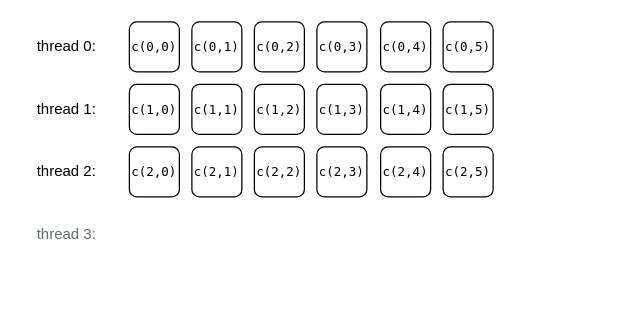
Earlier version of the draw.io diagram Terzo Anno/Programmazione di Sistemi Multicore/letexSrcFile/images/CicliAnnidati2.drawio (CasuFrost/University_notes). Source tidied: cells renumbered, new cells numbered last; positions are measured from the earlier drawing's top-left corner, leaving out a move shared by most shapes. Both pictures are drawn from the tidied source at 125%, with x=0, y=0 at pixel (29, 21).
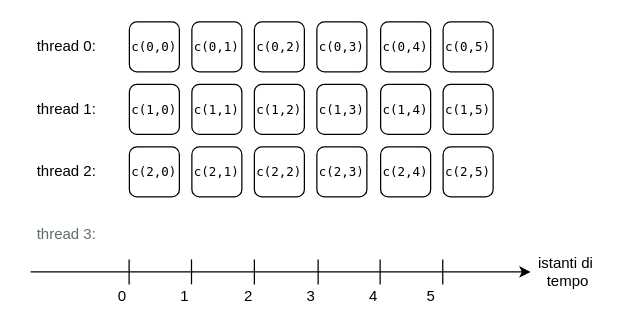
The same diagram, later.

Diff of the diagram source:
```diff
@@
+    <mxCell id="24" style="endArrow=classic;html=1;rounded=0;" parent="1" edge="1" target="25">
+      <mxGeometry relative="1" as="geometry">
+        <mxPoint x="1" y="200" as="sourcePoint" />
+      </mxGeometry>
+    </mxCell>
+    <mxCell id="25" value="istanti di&amp;nbsp;&lt;div&gt;tempo&lt;/div&gt;" style="text;html=1;align=center;verticalAlign=middle;whiteSpace=wrap;rounded=0;" parent="1" vertex="1">
+      <mxGeometry x="401" y="185" width="60" height="30" as="geometry" />
+    </mxCell>
+    <mxCell id="26" style="endArrow=none;html=1;rounded=0;" parent="1" edge="1">
+      <mxGeometry relative="1" as="geometry">
+        <mxPoint x="79.8" y="210" as="sourcePoint" />
+        <mxPoint x="79.8" y="190" as="targetPoint" />
+      </mxGeometry>
+    </mxCell>
+    <mxCell id="27" style="endArrow=none;html=1;rounded=0;" parent="1" edge="1">
+      <mxGeometry relative="1" as="geometry">
+        <mxPoint x="129.7" y="210" as="sourcePoint" />
+        <mxPoint x="129.7" y="190" as="targetPoint" />
+      </mxGeometry>
+    </mxCell>
+    <mxCell id="28" style="endArrow=none;html=1;rounded=0;" parent="1" edge="1">
+      <mxGeometry relative="1" as="geometry">
+        <mxPoint x="180" y="210" as="sourcePoint" />
+        <mxPoint x="180" y="190" as="targetPoint" />
+      </mxGeometry>
+    </mxCell>
+    <mxCell id="29" style="endArrow=none;html=1;rounded=0;" parent="1" edge="1">
+      <mxGeometry relative="1" as="geometry">
+        <mxPoint x="231" y="210" as="sourcePoint" />
+        <mxPoint x="231" y="190" as="targetPoint" />
+      </mxGeometry>
+    </mxCell>
+    <mxCell id="30" style="endArrow=none;html=1;rounded=0;" parent="1" edge="1">
+      <mxGeometry relative="1" as="geometry">
+        <mxPoint x="280.6" y="210" as="sourcePoint" />
+        <mxPoint x="280.6" y="190" as="targetPoint" />
+      </mxGeometry>
+    </mxCell>
+    <mxCell id="31" style="endArrow=none;html=1;rounded=0;" parent="1" edge="1">
+      <mxGeometry relative="1" as="geometry">
+        <mxPoint x="330.7" y="210" as="sourcePoint" />
+        <mxPoint x="330.7" y="190" as="targetPoint" />
+      </mxGeometry>
+    </mxCell>
+    <mxCell id="32" value="0" style="text;html=1;align=center;verticalAlign=middle;whiteSpace=wrap;rounded=0;" parent="1" vertex="1">
+      <mxGeometry x="69" y="210" width="11" height="20" as="geometry" />
+    </mxCell>
+    <mxCell id="33" value="1" style="text;html=1;align=center;verticalAlign=middle;whiteSpace=wrap;rounded=0;" parent="1" vertex="1">
+      <mxGeometry x="119" y="210" width="11" height="20" as="geometry" />
+    </mxCell>
+    <mxCell id="34" value="2" style="text;html=1;align=center;verticalAlign=middle;whiteSpace=wrap;rounded=0;" parent="1" vertex="1">
+      <mxGeometry x="170" y="210" width="11" height="20" as="geometry" />
+    </mxCell>
+    <mxCell id="35" value="3" style="text;html=1;align=center;verticalAlign=middle;whiteSpace=wrap;rounded=0;" parent="1" vertex="1">
+      <mxGeometry x="220" y="210" width="11" height="20" as="geometry" />
+    </mxCell>
+    <mxCell id="36" value="4" style="text;html=1;align=center;verticalAlign=middle;whiteSpace=wrap;rounded=0;" parent="1" vertex="1">
+      <mxGeometry x="270" y="210" width="11" height="20" as="geometry" />
+    </mxCell>
+    <mxCell id="37" value="5" style="text;html=1;align=center;verticalAlign=middle;whiteSpace=wrap;rounded=0;" parent="1" vertex="1">
+      <mxGeometry x="316" y="210" width="11" height="20" as="geometry" />
+    </mxCell>
```
